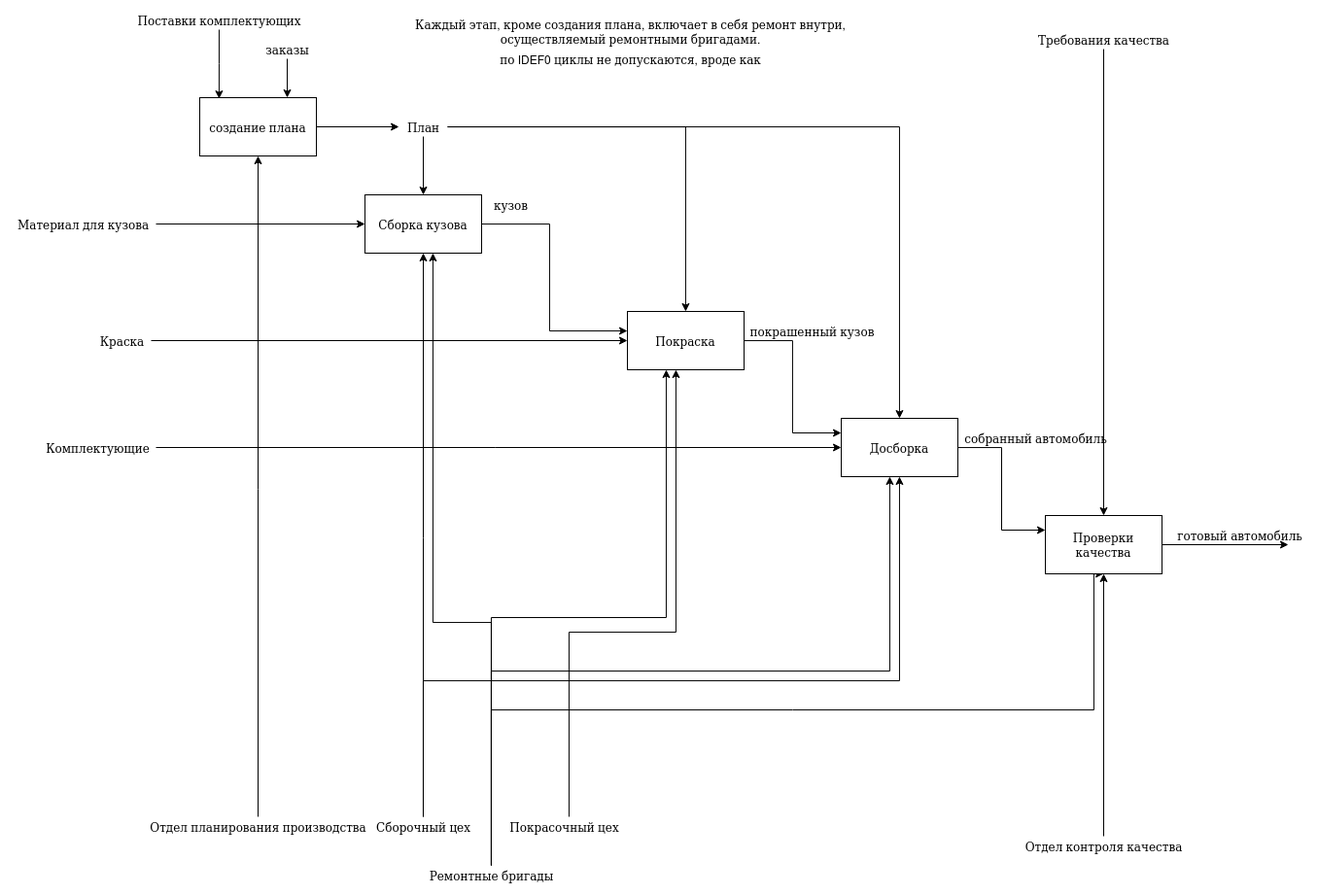
This is analysis/first-level-idef0.png from Krock21/bash, a draw.io export, as it was before one commit. Source tidied: cells renumbered, new cells last; positions are measured from the earlier drawing's top-left corner, leaving out a move shared by most shapes.
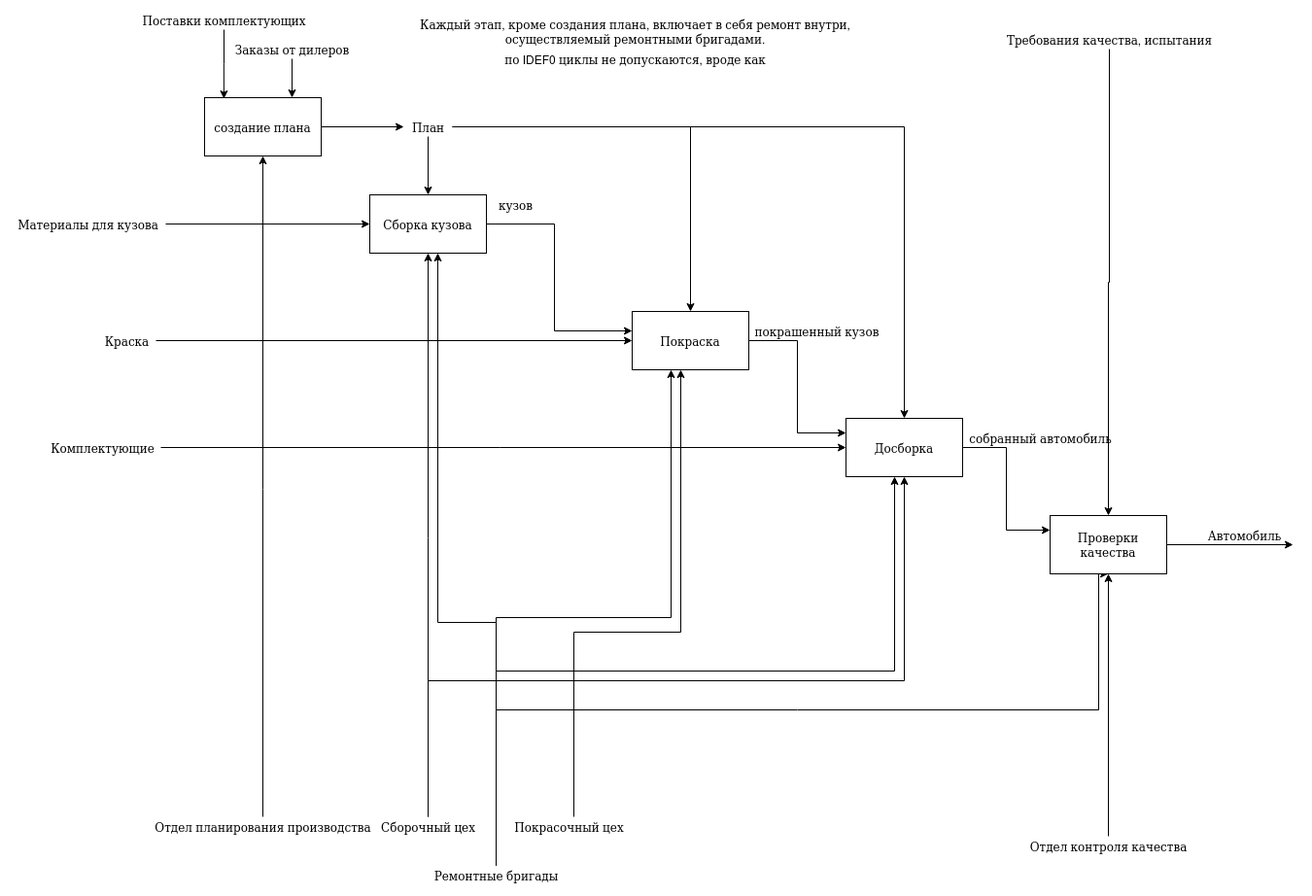
Above is the later version.

The edit, as a diff of the source:
```diff
@@ -46,8 +46,8 @@
     <mxCell id="14" style="edgeStyle=orthogonalEdgeStyle;rounded=0;jettySize=auto;html=1;" parent="1" edge="1" source="15" target="9">
       <mxGeometry relative="1" as="geometry" />
     </mxCell>
-    <mxCell id="15" value="&lt;div&gt;Материал для кузова&lt;/div&gt;" style="text;html=1;align=center;verticalAlign=middle;points=[];" parent="1" vertex="1">
-      <mxGeometry y="210" width="150" height="20" as="geometry" />
+    <mxCell id="15" value="Материалы для кузова" style="text;html=1;align=center;verticalAlign=middle;points=[];" parent="1" vertex="1">
+      <mxGeometry x="-5" y="210" width="160" height="20" as="geometry" />
     </mxCell>
     <mxCell id="16" style="edgeStyle=orthogonalEdgeStyle;rounded=0;jettySize=auto;html=1;" parent="1" edge="1" source="18" target="9">
       <mxGeometry relative="1" as="geometry" />
@@ -151,8 +151,8 @@
     <mxCell id="38" style="edgeStyle=orthogonalEdgeStyle;rounded=0;jettySize=auto;html=1;" parent="1" edge="1" source="39" target="35">
       <mxGeometry relative="1" as="geometry" />
     </mxCell>
-    <mxCell id="39" value="Требования качества" style="text;html=1;align=center;verticalAlign=middle;points=[];" parent="1" vertex="1">
-      <mxGeometry x="1050" y="20" width="150" height="20" as="geometry" />
+    <mxCell id="39" value="Требования качества, испытания" style="text;html=1;align=center;verticalAlign=middle;points=[];" parent="1" vertex="1">
+      <mxGeometry x="1011" y="20" width="230" height="20" as="geometry" />
     </mxCell>
     <mxCell id="40" style="edgeStyle=orthogonalEdgeStyle;rounded=0;jettySize=auto;html=1;" parent="1" edge="1" source="41" target="35">
       <mxGeometry relative="1" as="geometry" />
@@ -163,11 +163,11 @@
     <mxCell id="42" style="edgeStyle=orthogonalEdgeStyle;rounded=0;jettySize=auto;html=1;entryX=0.75;entryY=0;entryDx=0;entryDy=0;" parent="1" edge="1" source="43" target="3">
       <mxGeometry relative="1" as="geometry" />
     </mxCell>
-    <mxCell id="43" value="заказы" style="text;html=1;align=center;verticalAlign=middle;points=[];" parent="1" vertex="1">
-      <mxGeometry x="255" y="30" width="60" height="20" as="geometry" />
+    <mxCell id="43" value="Заказы от дилеров" style="text;html=1;align=center;verticalAlign=middle;points=[];" parent="1" vertex="1">
+      <mxGeometry x="220" y="30" width="130" height="20" as="geometry" />
     </mxCell>
-    <mxCell id="44" value="готовый автомобиль" style="text;html=1;align=center;verticalAlign=middle;" parent="1" vertex="1">
-      <mxGeometry x="1195" y="530" width="140" height="20" as="geometry" />
+    <mxCell id="44" value="&lt;div&gt;Автомобиль&lt;/div&gt;" style="text;html=1;align=center;verticalAlign=middle;" parent="1" vertex="1">
+      <mxGeometry x="1220" y="530" width="90" height="20" as="geometry" />
     </mxCell>
     <mxCell id="45" value="собранный автомобиль" style="text;html=1;align=center;verticalAlign=middle;" parent="1" vertex="1">
       <mxGeometry x="975" y="430" width="160" height="20" as="geometry" />
```
